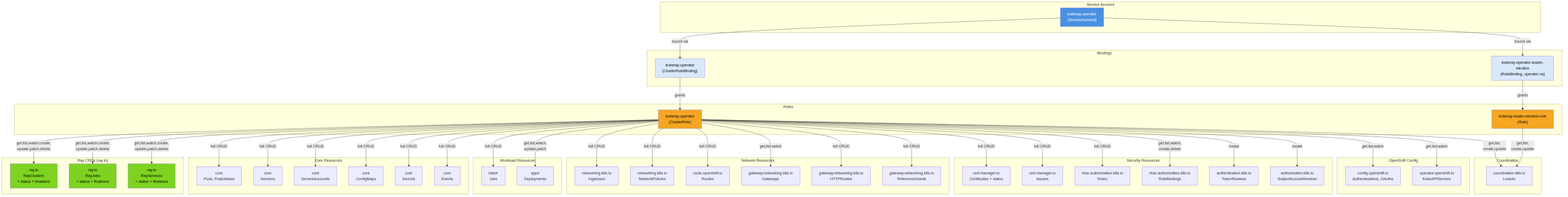
Above: architecture/rhoai-3.4-ea.1/diagrams/kuberay-rbac.png in rhuss/architecture-context (Mermaid), before the change. Its source is kept beside it as architecture/rhoai-3.4-ea.1/diagrams/kuberay-rbac.mmd. The source it was exported from:
```mermaid

graph TD
    subgraph "Service Account"
        SA["kuberay-operator<br/>(ServiceAccount)"]
    end

    subgraph "Bindings"
        CRB["kuberay-operator<br/>(ClusterRoleBinding)"]
        RB["kuberay-operator-leader-election<br/>(RoleBinding, operator ns)"]
    end

    subgraph "Roles"
        CR["kuberay-operator<br/>(ClusterRole)"]
        LR["kuberay-leader-election-role<br/>(Role)"]
    end

    subgraph "Ray CRDs (ray.io)"
        RayClusters["ray.io<br/>RayClusters<br/>+ status + finalizers"]
        RayJobs["ray.io<br/>RayJobs<br/>+ status + finalizers"]
        RayServices["ray.io<br/>RayServices<br/>+ status + finalizers"]
    end

    subgraph "Core Resources"
        Pods["core<br/>Pods, Pods/status"]
        Services["core<br/>Services"]
        SAs["core<br/>ServiceAccounts"]
        ConfigMaps["core<br/>ConfigMaps"]
        Secrets["core<br/>Secrets"]
        Events["core<br/>Events"]
    end

    subgraph "Workload Resources"
        Jobs["batch<br/>Jobs"]
        Deployments["apps<br/>Deployments"]
    end

    subgraph "Network Resources"
        Ingresses["networking.k8s.io<br/>Ingresses"]
        NetPolicies["networking.k8s.io<br/>NetworkPolicies"]
        Routes["route.openshift.io<br/>Routes"]
        Gateways["gateway.networking.k8s.io<br/>Gateways"]
        HTTPRoutes["gateway.networking.k8s.io<br/>HTTPRoutes"]
        RefGrants["gateway.networking.k8s.io<br/>ReferenceGrants"]
    end

    subgraph "Security Resources"
        CertMgrCerts["cert-manager.io<br/>Certificates + status"]
        CertMgrIssuers["cert-manager.io<br/>Issuers"]
        Roles_RBAC["rbac.authorization.k8s.io<br/>Roles"]
        RoleBindings_RBAC["rbac.authorization.k8s.io<br/>RoleBindings"]
        TokenReviews["authentication.k8s.io<br/>TokenReviews"]
        SAReviews["authorization.k8s.io<br/>SubjectAccessReviews"]
    end

    subgraph "OpenShift Config"
        OSAuth["config.openshift.io<br/>Authentications, OAuths"]
        OSKubeAPI["operator.openshift.io<br/>KubeAPIServers"]
    end

    subgraph "Coordination"
        Leases["coordination.k8s.io<br/>Leases"]
    end

    SA -->|bound via| CRB
    SA -->|bound via| RB
    CRB -->|grants| CR
    RB -->|grants| LR

    CR -->|"get,list,watch,create,<br/>update,patch,delete"| RayClusters
    CR -->|"get,list,watch,create,<br/>update,patch,delete"| RayJobs
    CR -->|"get,list,watch,create,<br/>update,patch,delete"| RayServices
    CR -->|"full CRUD"| Pods
    CR -->|"full CRUD"| Services
    CR -->|"full CRUD"| SAs
    CR -->|"full CRUD"| ConfigMaps
    CR -->|"full CRUD"| Secrets
    CR -->|"full CRUD"| Events
    CR -->|"full CRUD"| Jobs
    CR -->|"get,list,watch,<br/>update,patch"| Deployments
    CR -->|"full CRUD"| Ingresses
    CR -->|"full CRUD"| NetPolicies
    CR -->|"full CRUD"| Routes
    CR -->|"get,list,watch"| Gateways
    CR -->|"full CRUD"| HTTPRoutes
    CR -->|"full CRUD"| RefGrants
    CR -->|"full CRUD"| CertMgrCerts
    CR -->|"full CRUD"| CertMgrIssuers
    CR -->|"full CRUD"| Roles_RBAC
    CR -->|"get,list,watch,<br/>create,delete"| RoleBindings_RBAC
    CR -->|"create"| TokenReviews
    CR -->|"create"| SAReviews
    CR -->|"get,list,watch"| OSAuth
    CR -->|"get,list,watch"| OSKubeAPI
    CR -->|"get,list,<br/>create,update"| Leases

    LR -->|"get,list,<br/>create,update"| Leases

    style SA fill:#4a90e2,color:#fff
    style CR fill:#f5a623,color:#000
    style LR fill:#f5a623,color:#000
    style CRB fill:#dae8fc,color:#000
    style RB fill:#dae8fc,color:#000
    style RayClusters fill:#7ed321,color:#000
    style RayJobs fill:#7ed321,color:#000
    style RayServices fill:#7ed321,color:#000
```
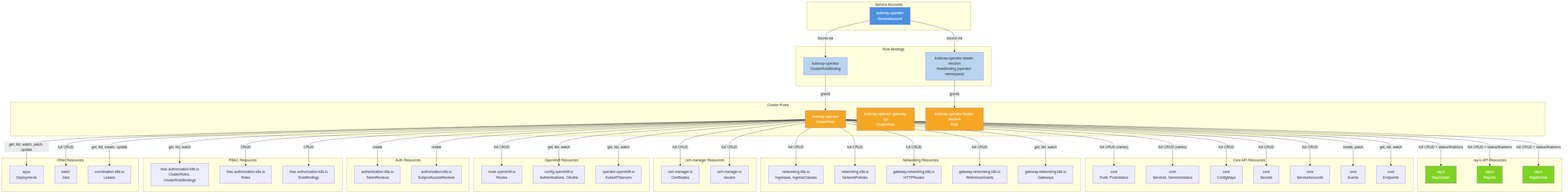
The same diagram one commit later.

What changed in the source:
```diff
@@ -1,105 +1,112 @@
 
 graph TD
-    subgraph "Service Account"
-        SA["kuberay-operator<br/>(ServiceAccount)"]
+    subgraph ServiceAccounts["Service Accounts"]
+        SA["kuberay-operator<br/>ServiceAccount"]
     end
 
-    subgraph "Bindings"
-        CRB["kuberay-operator<br/>(ClusterRoleBinding)"]
-        RB["kuberay-operator-leader-election<br/>(RoleBinding, operator ns)"]
+    subgraph Bindings["Role Bindings"]
+        CRB["kuberay-operator<br/>ClusterRoleBinding"]
+        RB["kuberay-operator-leader-election<br/>RoleBinding (operator namespace)"]
     end
 
-    subgraph "Roles"
-        CR["kuberay-operator<br/>(ClusterRole)"]
-        LR["kuberay-leader-election-role<br/>(Role)"]
+    subgraph ClusterRoles["Cluster Roles"]
+        CR["kuberay-operator<br/>ClusterRole"]
+        CRGW["kuberay-operator-gateway-api<br/>ClusterRole"]
+        CRLE["kuberay-operator-leader-election<br/>Role"]
     end
 
-    subgraph "Ray CRDs (ray.io)"
-        RayClusters["ray.io<br/>RayClusters<br/>+ status + finalizers"]
-        RayJobs["ray.io<br/>RayJobs<br/>+ status + finalizers"]
-        RayServices["ray.io<br/>RayServices<br/>+ status + finalizers"]
+    subgraph RayResources["ray.io API Resources"]
+        RayClusters["ray.io<br/>RayCluster"]
+        RayJobs["ray.io<br/>RayJob"]
+        RayServices["ray.io<br/>RayService"]
     end
 
-    subgraph "Core Resources"
+    subgraph CoreResources["Core API Resources"]
         Pods["core<br/>Pods, Pods/status"]
-        Services["core<br/>Services"]
-        SAs["core<br/>ServiceAccounts"]
+        Services["core<br/>Services, Services/status"]
         ConfigMaps["core<br/>ConfigMaps"]
         Secrets["core<br/>Secrets"]
+        SvcAccounts["core<br/>ServiceAccounts"]
         Events["core<br/>Events"]
+        Endpoints["core<br/>Endpoints"]
     end
 
-    subgraph "Workload Resources"
-        Jobs["batch<br/>Jobs"]
-        Deployments["apps<br/>Deployments"]
+    subgraph NetworkResources["Networking Resources"]
+        Ingresses["networking.k8s.io<br/>Ingresses, IngressClasses"]
+        NetworkPolicies["networking.k8s.io<br/>NetworkPolicies"]
+        GatewayHTTPRoutes["gateway.networking.k8s.io<br/>HTTPRoutes"]
+        GatewayRefGrants["gateway.networking.k8s.io<br/>ReferenceGrants"]
+        Gateways["gateway.networking.k8s.io<br/>Gateways"]
     end
 
-    subgraph "Network Resources"
-        Ingresses["networking.k8s.io<br/>Ingresses"]
-        NetPolicies["networking.k8s.io<br/>NetworkPolicies"]
-        Routes["route.openshift.io<br/>Routes"]
-        Gateways["gateway.networking.k8s.io<br/>Gateways"]
-        HTTPRoutes["gateway.networking.k8s.io<br/>HTTPRoutes"]
-        RefGrants["gateway.networking.k8s.io<br/>ReferenceGrants"]
+    subgraph CertResources["cert-manager Resources"]
+        Certificates["cert-manager.io<br/>Certificates"]
+        Issuers["cert-manager.io<br/>Issuers"]
     end
 
-    subgraph "Security Resources"
-        CertMgrCerts["cert-manager.io<br/>Certificates + status"]
-        CertMgrIssuers["cert-manager.io<br/>Issuers"]
-        Roles_RBAC["rbac.authorization.k8s.io<br/>Roles"]
-        RoleBindings_RBAC["rbac.authorization.k8s.io<br/>RoleBindings"]
-        TokenReviews["authentication.k8s.io<br/>TokenReviews"]
-        SAReviews["authorization.k8s.io<br/>SubjectAccessReviews"]
+    subgraph OpenShiftResources["OpenShift Resources"]
+        Routes["route.openshift.io<br/>Routes"]
+        Authentications["config.openshift.io<br/>Authentications, OAuths"]
+        KubeAPIServers["operator.openshift.io<br/>KubeAPIServers"]
     end
 
-    subgraph "OpenShift Config"
-        OSAuth["config.openshift.io<br/>Authentications, OAuths"]
-        OSKubeAPI["operator.openshift.io<br/>KubeAPIServers"]
+    subgraph AuthResources["Auth Resources"]
+        TokenReviews["authentication.k8s.io<br/>TokenReviews"]
+        SAR["authorization.k8s.io<br/>SubjectAccessReviews"]
     end
 
-    subgraph "Coordination"
+    subgraph RBACResources["RBAC Resources"]
+        CRoles["rbac.authorization.k8s.io<br/>ClusterRoles, ClusterRoleBindings"]
+        Roles["rbac.authorization.k8s.io<br/>Roles"]
+        RoleBindings["rbac.authorization.k8s.io<br/>RoleBindings"]
+    end
+
+    subgraph OtherResources["Other Resources"]
+        Deployments["apps<br/>Deployments"]
+        Jobs["batch<br/>Jobs"]
         Leases["coordination.k8s.io<br/>Leases"]
     end
 
-    SA -->|bound via| CRB
-    SA -->|bound via| RB
-    CRB -->|grants| CR
-    RB -->|grants| LR
+    SA -->|"bound via"| CRB
+    SA -->|"bound via"| RB
+    CRB -->|"grants"| CR
+    RB -->|"grants"| CRLE
 
-    CR -->|"get,list,watch,create,<br/>update,patch,delete"| RayClusters
-    CR -->|"get,list,watch,create,<br/>update,patch,delete"| RayJobs
-    CR -->|"get,list,watch,create,<br/>update,patch,delete"| RayServices
-    CR -->|"full CRUD"| Pods
-    CR -->|"full CRUD"| Services
-    CR -->|"full CRUD"| SAs
+    CR -->|"full CRUD + status/finalizers"| RayClusters
+    CR -->|"full CRUD + status/finalizers"| RayJobs
+    CR -->|"full CRUD + status/finalizers"| RayServices
+    CR -->|"full CRUD (varies)"| Pods
+    CR -->|"full CRUD (varies)"| Services
     CR -->|"full CRUD"| ConfigMaps
     CR -->|"full CRUD"| Secrets
-    CR -->|"full CRUD"| Events
+    CR -->|"full CRUD"| SvcAccounts
+    CR -->|"create, patch"| Events
+    CR -->|"get, list, watch"| Endpoints
+    CR -->|"full CRUD"| Ingresses
+    CR -->|"full CRUD"| NetworkPolicies
+    CR -->|"full CRUD"| GatewayHTTPRoutes
+    CR -->|"full CRUD"| GatewayRefGrants
+    CR -->|"get, list, watch"| Gateways
+    CR -->|"full CRUD"| Certificates
+    CR -->|"full CRUD"| Issuers
+    CR -->|"full CRUD"| Routes
+    CR -->|"get, list, watch"| Authentications
+    CR -->|"get, list, watch"| KubeAPIServers
+    CR -->|"create"| TokenReviews
+    CR -->|"create"| SAR
+    CR -->|"get, list, watch"| CRoles
+    CR -->|"CRUD"| Roles
+    CR -->|"CRUD"| RoleBindings
+    CR -->|"get, list, watch, patch, update"| Deployments
     CR -->|"full CRUD"| Jobs
-    CR -->|"get,list,watch,<br/>update,patch"| Deployments
-    CR -->|"full CRUD"| Ingresses
-    CR -->|"full CRUD"| NetPolicies
-    CR -->|"full CRUD"| Routes
-    CR -->|"get,list,watch"| Gateways
-    CR -->|"full CRUD"| HTTPRoutes
-    CR -->|"full CRUD"| RefGrants
-    CR -->|"full CRUD"| CertMgrCerts
-    CR -->|"full CRUD"| CertMgrIssuers
-    CR -->|"full CRUD"| Roles_RBAC
-    CR -->|"get,list,watch,<br/>create,delete"| RoleBindings_RBAC
-    CR -->|"create"| TokenReviews
-    CR -->|"create"| SAReviews
-    CR -->|"get,list,watch"| OSAuth
-    CR -->|"get,list,watch"| OSKubeAPI
-    CR -->|"get,list,<br/>create,update"| Leases
-
-    LR -->|"get,list,<br/>create,update"| Leases
+    CR -->|"get, list, create, update"| Leases
 
     style SA fill:#4a90e2,color:#fff
-    style CR fill:#f5a623,color:#000
-    style LR fill:#f5a623,color:#000
-    style CRB fill:#dae8fc,color:#000
-    style RB fill:#dae8fc,color:#000
-    style RayClusters fill:#7ed321,color:#000
-    style RayJobs fill:#7ed321,color:#000
-    style RayServices fill:#7ed321,color:#000
+    style CRB fill:#b8d4f0
+    style RB fill:#b8d4f0
+    style CR fill:#f5a623,color:#fff
+    style CRGW fill:#f5a623,color:#fff
+    style CRLE fill:#f5a623,color:#fff
+    style RayClusters fill:#7ed321,color:#fff
+    style RayJobs fill:#7ed321,color:#fff
+    style RayServices fill:#7ed321,color:#fff
```
